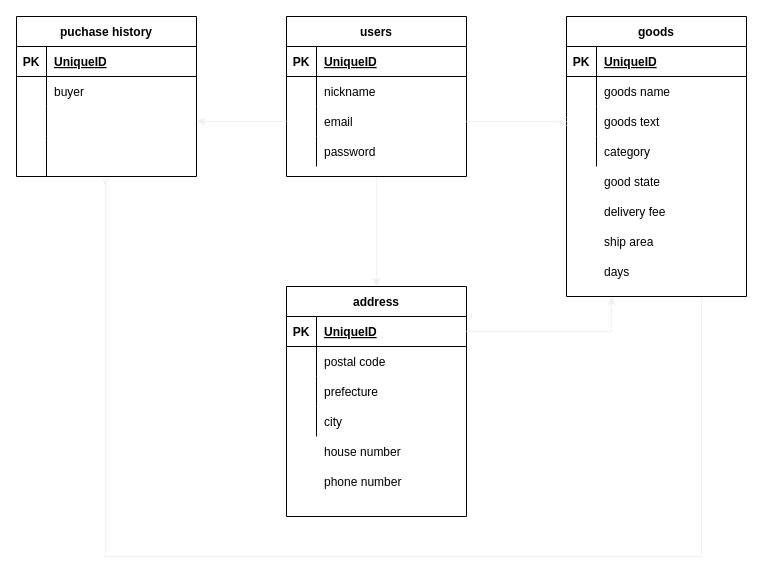
seki774/furima-33076 keeps this draw.io diagram as furima.dio. Above is the earlier version. Source tidied: cells renumbered, new cells numbered last; positions are measured from the earlier drawing's top-left corner, leaving out a move shared by most shapes. Both pictures are drawn from the tidied source at 100%, with x=0, y=0 at pixel (16, 16).
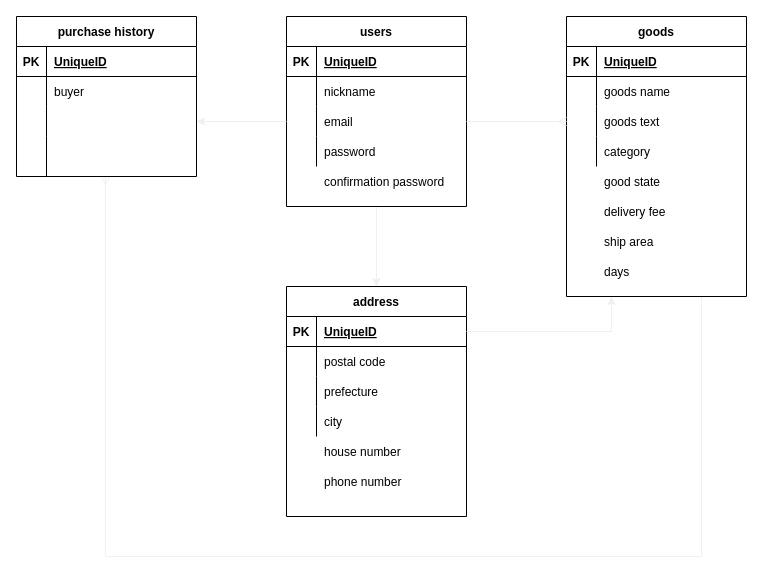
Above is the later version.

What changed in the source:
```diff
@@
     <mxCell id="3" value="users" style="shape=table;startSize=30;childLayout=tableLayout;rowLines=0;fontStyle=1;align=center;" parent="1" vertex="1">
-      <mxGeometry x="270" width="180" height="160" as="geometry" />
+      <mxGeometry x="270" width="180" height="190" as="geometry" />
     </mxCell>
@@
-    <mxCell id="30" value="puchase history" style="shape=table;startSize=30;childLayout=tableLayout;rowLines=0;fontStyle=1;align=center;" parent="1" vertex="1">
+    <mxCell id="30" value="purchase history" style="shape=table;startSize=30;childLayout=tableLayout;rowLines=0;fontStyle=1;align=center;" parent="1" vertex="1">
       <mxGeometry width="180" height="160" as="geometry" />
     </mxCell>
@@
+    <mxCell id="68" value="confirmation password" style="shape=partialRectangle;fillColor=none;top=0;left=0;bottom=0;right=0;align=left;spacingLeft=6;overflow=hidden;" parent="1" vertex="1">
+      <mxGeometry x="300" y="150" width="150" height="30" as="geometry" />
+    </mxCell>
```
